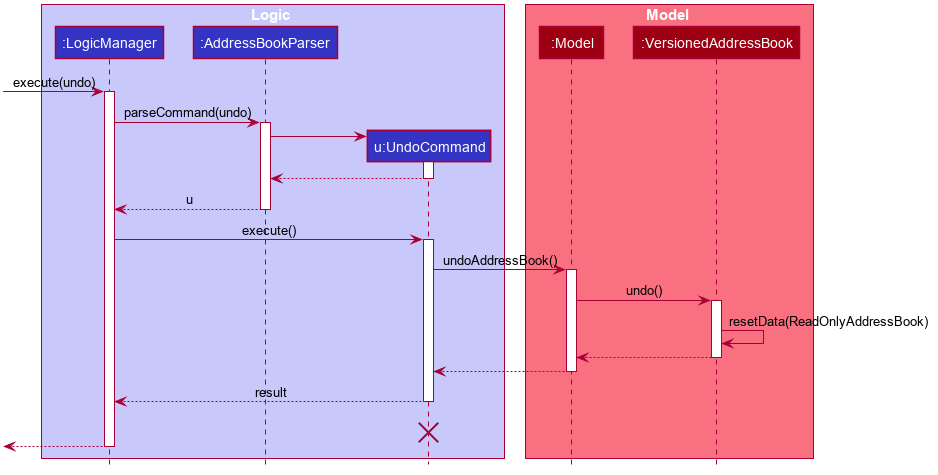
The PlantUML diagram docs/images/UndoSequenceDiagram.png in nus-cs2103-AY2223S2/tp, before a commit.
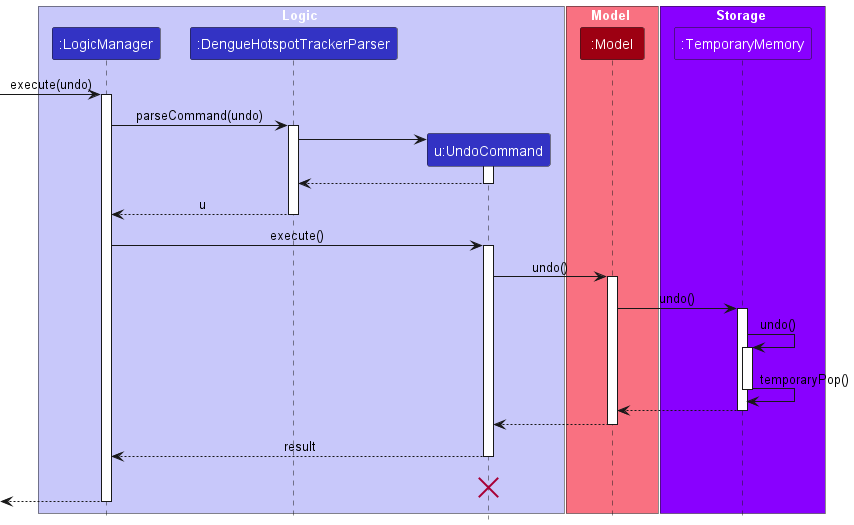
The same diagram one commit later.

What changed in the source:
```diff
@@ -1,91 +1,50 @@
 @startuml
+!include style.puml
 
-
-
-
-
-
-
-
-skinparam BackgroundColor #FFFFFFF
-
-skinparam Shadowing false
-
-skinparam Class {
-    FontColor #FFFFFF
-    BorderThickness 1
-    BorderColor #FFFFFF
-    StereotypeFontColor #FFFFFF
-    FontName Arial
-}
-
-skinparam Actor {
-    BorderColor #000000
-    Color #000000
-    FontName Arial
-}
-
-skinparam Sequence {
-    MessageAlign center
-    BoxFontSize 15
-    BoxPadding 0
-    BoxFontColor #FFFFFF
-    FontName Arial
-}
-
-skinparam Participant {
-    FontColor #FFFFFFF
-    Padding 20
-}
-
-skinparam MinClassWidth 50
-skinparam ParticipantPadding 10
-skinparam Shadowing false
-skinparam DefaultTextAlignment center
-skinparam packageStyle Rectangle
-
-hide footbox
-hide members
-hide circle
-
-box Logic #C8C8FA
-participant ":LogicManager" as LogicManager #3333C4
-participant ":AddressBookParser" as AddressBookParser #3333C4
-participant "u:UndoCommand" as UndoCommand #3333C4
+box Logic LOGIC_COLOR_T1
+participant ":LogicManager" as LogicManager LOGIC_COLOR
+participant ":DengueHotspotTrackerParser" as DengueHotspotTrackerParser LOGIC_COLOR
+participant "u:UndoCommand" as UndoCommand LOGIC_COLOR
 end box
 
-box Model #F97181
-participant ":Model" as Model #9D0012
-participant ":VersionedAddressBook" as VersionedAddressBook #9D0012
+box Model MODEL_COLOR_T1
+participant ":Model" as Model MODEL_COLOR
+end box
+box Storage #8900ff
+participant ":TemporaryMemory" as TemporaryMemory #8900ff
 end box
 [-> LogicManager : execute(undo)
 activate LogicManager
 
-LogicManager -> AddressBookParser : parseCommand(undo)
-activate AddressBookParser
+LogicManager -> DengueHotspotTrackerParser : parseCommand(undo)
+activate DengueHotspotTrackerParser
 
 create UndoCommand
-AddressBookParser -> UndoCommand
+DengueHotspotTrackerParser -> UndoCommand
 activate UndoCommand
 
-UndoCommand --> AddressBookParser
+UndoCommand --> DengueHotspotTrackerParser
 deactivate UndoCommand
 
-AddressBookParser --> LogicManager : u
-deactivate AddressBookParser
+DengueHotspotTrackerParser --> LogicManager : u
+deactivate DengueHotspotTrackerParser
 
 LogicManager -> UndoCommand : execute()
 activate UndoCommand
 
-UndoCommand -> Model : undoAddressBook()
+UndoCommand -> Model : undo()
 activate Model
 
-Model -> VersionedAddressBook : undo()
-activate VersionedAddressBook
+Model -> TemporaryMemory : undo()
+activate TemporaryMemory
 
-VersionedAddressBook -> VersionedAddressBook :resetData(ReadOnlyAddressBook)
-VersionedAddressBook --> Model :
-deactivate VersionedAddressBook
+TemporaryMemory -> TemporaryMemory :undo()
+activate TemporaryMemory
+
+TemporaryMemory -> TemporaryMemory :temporaryPop()
+deactivate TemporaryMemory
+TemporaryMemory --> Model :
+deactivate TemporaryMemory
 
 Model --> UndoCommand
 deactivate Model
```
